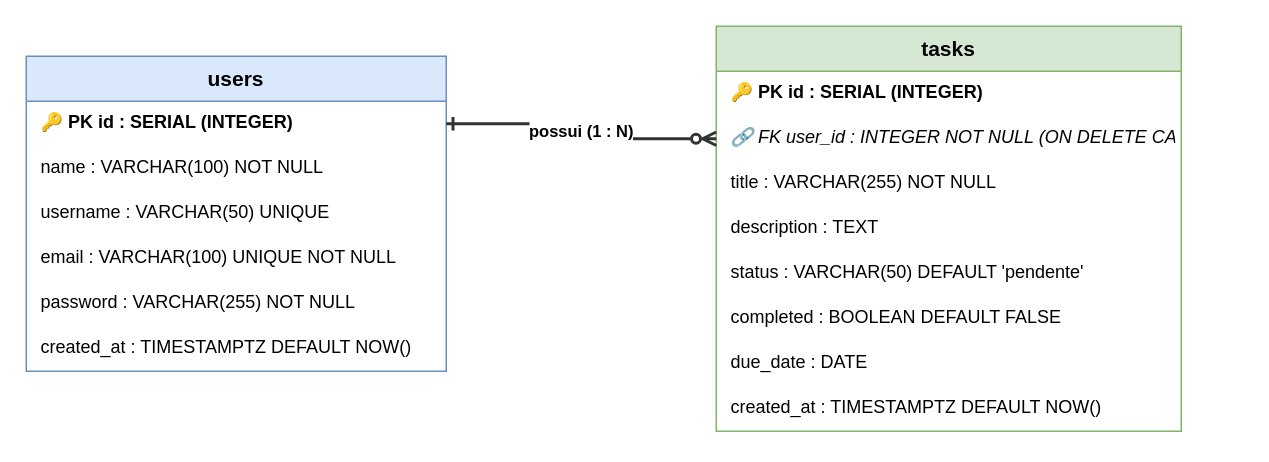
The draw.io diagram Aula05/der-task-manager.drawio in BrunoFreitass/node.js-e-express-2026T3, before the edit. Source tidied: cells renumbered, new cells numbered last; positions are measured from the earlier drawing's top-left corner, leaving out a move shared by most shapes. Both pictures are drawn from the tidied source at 150%, with x=0, y=0 at pixel (26, 26).
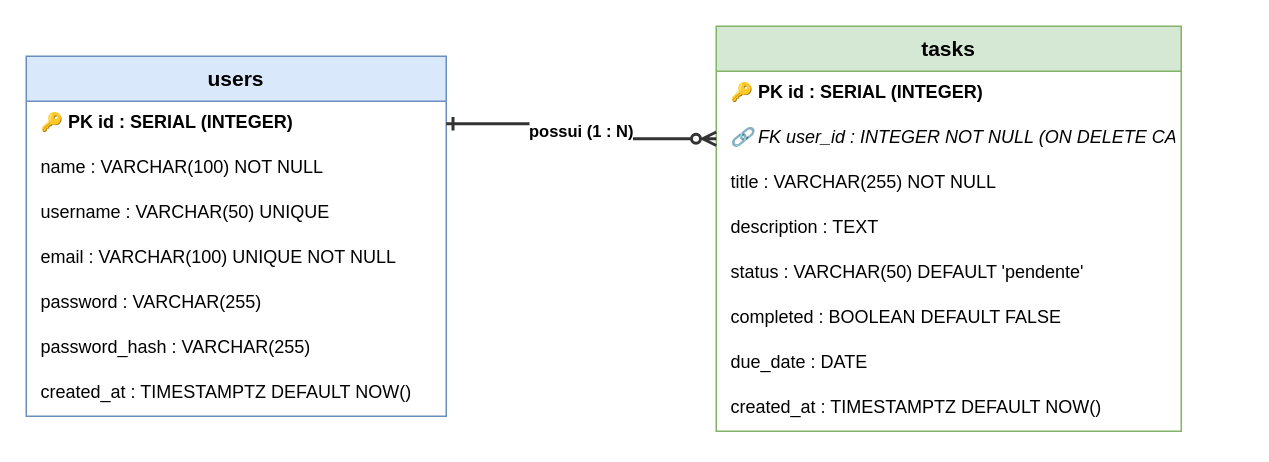
Above is the later version.

Commit message (it also covers changes not shown here):
Aula05: DER alinhado ao schema.sql

Diff of the diagram source:
```diff
@@
 <mxGraphModel>
   <root>
     <mxCell id="0" />
     <mxCell id="1" parent="0" />
     <mxCell id="2" value="users" style="swimlane;fontStyle=1;align=center;verticalAlign=top;horizontal=1;startSize=30;fillColor=#dae8fc;strokeColor=#6c8ebf;fontSize=14;" parent="1" vertex="1">
-      <mxGeometry y="20" width="280" height="210" as="geometry" />
+      <mxGeometry y="20" width="280" height="240" as="geometry" />
     </mxCell>
     <mxCell id="3" value="🔑 PK  id : SERIAL (INTEGER)" style="text;strokeColor=none;fillColor=none;spacingLeft=8;spacingRight=4;overflow=hidden;points=[[0,0.5],[1,0.5]];portConstraint=eastwest;fontStyle=1;" parent="2" vertex="1">
       <mxGeometry y="30" width="280" height="30" as="geometry" />
     </mxCell>
     <mxCell id="4" value="      name : VARCHAR(100) NOT NULL" style="text;strokeColor=none;fillColor=none;spacingLeft=8;spacingRight=4;overflow=hidden;" parent="2" vertex="1">
       <mxGeometry y="60" width="280" height="30" as="geometry" />
     </mxCell>
     <mxCell id="5" value="      username : VARCHAR(50) UNIQUE" style="text;strokeColor=none;fillColor=none;spacingLeft=8;spacingRight=4;overflow=hidden;" parent="2" vertex="1">
       <mxGeometry y="90" width="280" height="30" as="geometry" />
     </mxCell>
     <mxCell id="6" value="      email : VARCHAR(100) UNIQUE NOT NULL" style="text;strokeColor=none;fillColor=none;spacingLeft=8;spacingRight=4;overflow=hidden;" parent="2" vertex="1">
       <mxGeometry y="120" width="280" height="30" as="geometry" />
     </mxCell>
-    <mxCell id="7" value="      password : VARCHAR(255) NOT NULL" style="text;strokeColor=none;fillColor=none;spacingLeft=8;spacingRight=4;overflow=hidden;" parent="2" vertex="1">
+    <mxCell id="7" value="      password : VARCHAR(255)" style="text;strokeColor=none;fillColor=none;spacingLeft=8;spacingRight=4;overflow=hidden;" parent="2" vertex="1">
       <mxGeometry y="150" width="280" height="30" as="geometry" />
     </mxCell>
+    <mxCell id="19" value="      password_hash : VARCHAR(255)" style="text;strokeColor=none;fillColor=none;spacingLeft=8;spacingRight=4;overflow=hidden;" parent="2" vertex="1">
+      <mxGeometry y="180" width="280" height="30" as="geometry" />
+    </mxCell>
     <mxCell id="8" value="      created_at : TIMESTAMPTZ DEFAULT NOW()" style="text;strokeColor=none;fillColor=none;spacingLeft=8;spacingRight=4;overflow=hidden;" parent="2" vertex="1">
-      <mxGeometry y="180" width="280" height="30" as="geometry" />
+      <mxGeometry y="210" width="280" height="30" as="geometry" />
     </mxCell>
     <mxCell id="9" value="tasks" style="swimlane;fontStyle=1;align=center;verticalAlign=top;horizontal=1;startSize=30;fillColor=#d5e8d4;strokeColor=#82b366;fontSize=14;" parent="1" vertex="1">
       <mxGeometry x="460" width="310" height="270" as="geometry" />
     </mxCell>
     <mxCell id="10" value="🔑 PK  id : SERIAL (INTEGER)" style="text;strokeColor=none;fillColor=none;spacingLeft=8;spacingRight=4;overflow=hidden;fontStyle=1;" parent="9" vertex="1">
       <mxGeometry y="30" width="310" height="30" as="geometry" />
     </mxCell>
     <mxCell id="11" value="🔗 FK  user_id : INTEGER NOT NULL (ON DELETE CASCADE)" style="text;strokeColor=none;fillColor=none;spacingLeft=8;spacingRight=4;overflow=hidden;points=[[0,0.5],[1,0.5]];portConstraint=eastwest;fontStyle=2;" parent="9" vertex="1">
       <mxGeometry y="60" width="310" height="30" as="geometry" />
     </mxCell>
     <mxCell id="12" value="      title : VARCHAR(255) NOT NULL" style="text;strokeColor=none;fillColor=none;spacingLeft=8;spacingRight=4;overflow=hidden;" parent="9" vertex="1">
       <mxGeometry y="90" width="310" height="30" as="geometry" />
     </mxCell>
     <mxCell id="13" value="      description : TEXT" style="text;strokeColor=none;fillColor=none;spacingLeft=8;spacingRight=4;overflow=hidden;" parent="9" vertex="1">
       <mxGeometry y="120" width="310" height="30" as="geometry" />
     </mxCell>
     <mxCell id="14" value="      status : VARCHAR(50) DEFAULT 'pendente'" style="text;strokeColor=none;fillColor=none;spacingLeft=8;spacingRight=4;overflow=hidden;" parent="9" vertex="1">
       <mxGeometry y="150" width="310" height="30" as="geometry" />
     </mxCell>
     <mxCell id="15" value="      completed : BOOLEAN DEFAULT FALSE" style="text;strokeColor=none;fillColor=none;spacingLeft=8;spacingRight=4;overflow=hidden;" parent="9" vertex="1">
       <mxGeometry y="180" width="310" height="30" as="geometry" />
     </mxCell>
     <mxCell id="16" value="      due_date : DATE" style="text;strokeColor=none;fillColor=none;spacingLeft=8;spacingRight=4;overflow=hidden;" parent="9" vertex="1">
       <mxGeometry y="210" width="310" height="30" as="geometry" />
     </mxCell>
     <mxCell id="17" value="      created_at : TIMESTAMPTZ DEFAULT NOW()" style="text;strokeColor=none;fillColor=none;spacingLeft=8;spacingRight=4;overflow=hidden;" parent="9" vertex="1">
       <mxGeometry y="240" width="310" height="30" as="geometry" />
     </mxCell>
     <mxCell id="18" value="possui (1 : N)" style="edgeStyle=orthogonalEdgeStyle;rounded=0;jettySize=auto;html=1;startArrow=ERone;startFill=0;endArrow=ERzeroToMany;endFill=0;strokeWidth=2;strokeColor=#333333;fontStyle=1;" parent="1" edge="1" source="3" target="11">
       <mxGeometry relative="1" as="geometry" />
     </mxCell>
   </root>
 </mxGraphModel>
```
